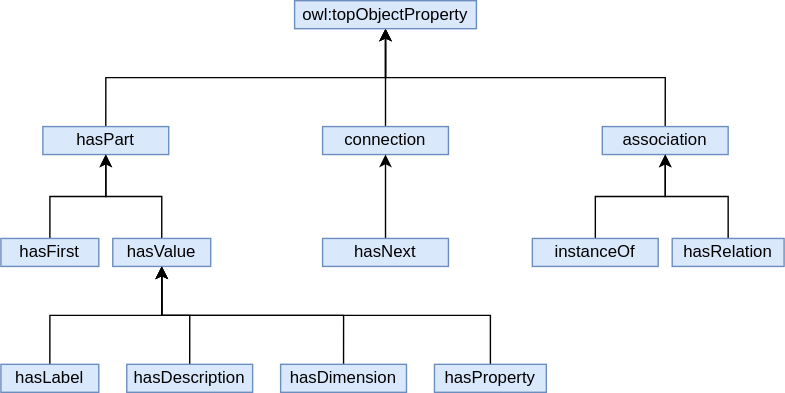
The draw.io diagram doc/figs/relations.svg in emmo-repo/domain-datamodel, before a commit. Source tidied: cells renumbered, new cells last; positions are measured from the earlier drawing's top-left corner, leaving out a move shared by most shapes.
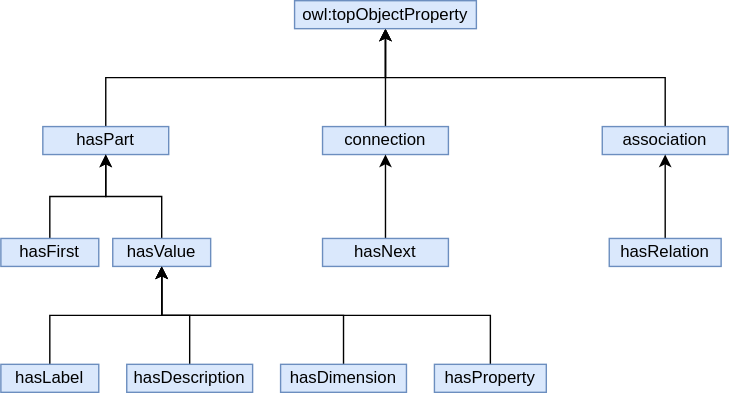
The same file after the commit.

Change to the diagram source:
```diff
@@ -54,14 +54,8 @@
       <mxGeometry relative="1" as="geometry" />
     </mxCell>
     <mxCell id="19" value="hasRelation" style="rounded=0;whiteSpace=wrap;html=1;fillColor=#dae8fc;strokeColor=#6c8ebf;" parent="1" vertex="1">
-      <mxGeometry x="480" y="170" width="80" height="20" as="geometry" />
+      <mxGeometry x="435" y="170" width="80" height="20" as="geometry" />
     </mxCell>
-    <mxCell id="20" style="edgeStyle=orthogonalEdgeStyle;rounded=0;jettySize=auto;html=1;" parent="1" edge="1" source="21" target="17">
-      <mxGeometry relative="1" as="geometry" />
-    </mxCell>
-    <mxCell id="21" value="instanceOf" style="rounded=0;whiteSpace=wrap;html=1;fillColor=#dae8fc;strokeColor=#6c8ebf;" parent="1" vertex="1">
-      <mxGeometry x="380" y="170" width="90" height="20" as="geometry" />
-    </mxCell>
     <mxCell id="22" value="owl:topObjectProperty" style="rounded=0;whiteSpace=wrap;html=1;fillColor=#dae8fc;strokeColor=#6c8ebf;" parent="1" vertex="1">
       <mxGeometry x="210" width="130" height="20" as="geometry" />
     </mxCell>
```
